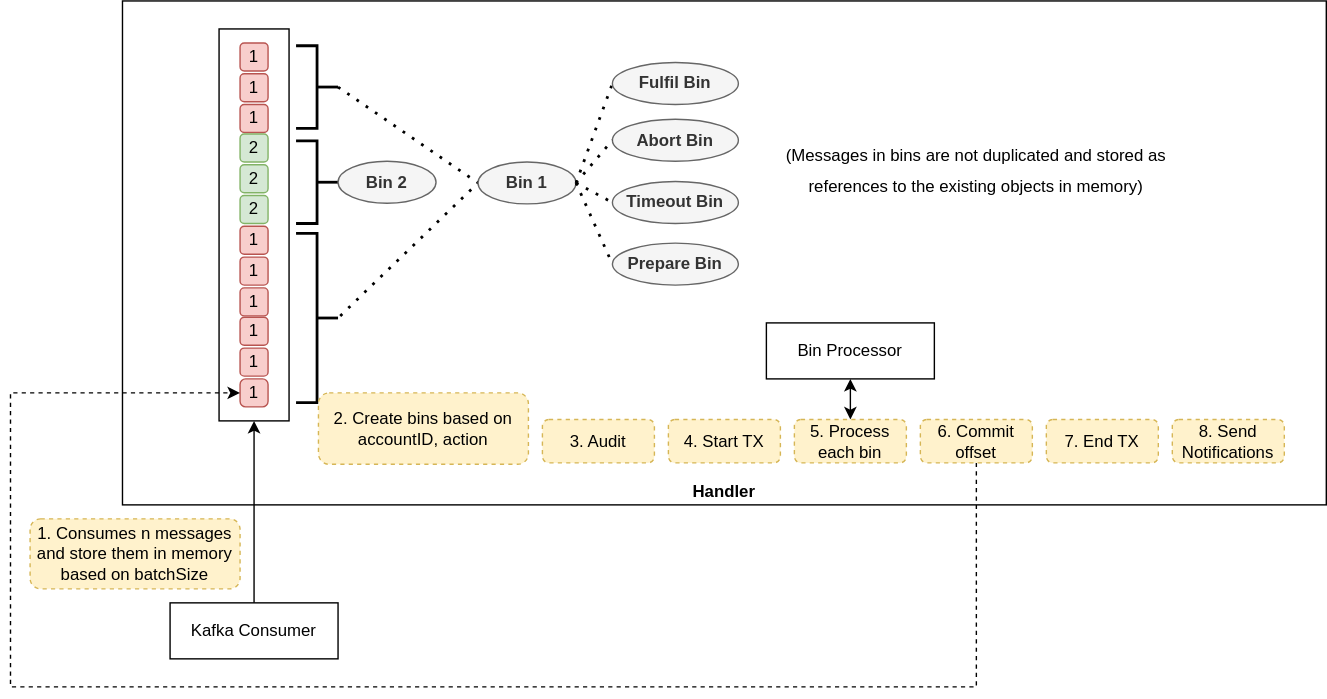
Before: docs/technical/central-ledger/assets/diagrams/architecture/Transfers-Position-Binning.drawio.svg, a diagram exported from draw.io (mojaloop/documentation). Source tidied: cells renumbered, new cells last; positions are measured from the earlier drawing's top-left corner, leaving out a move shared by most shapes.
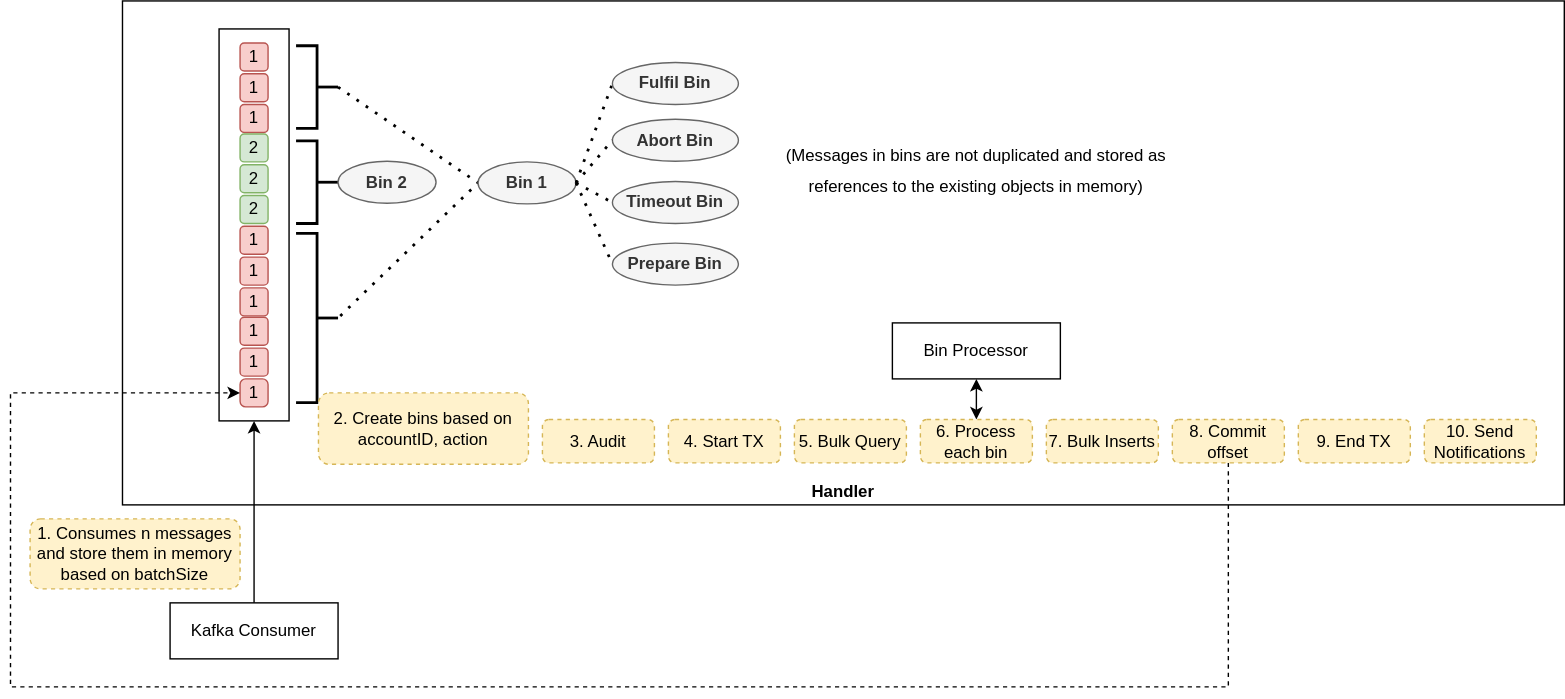
The same diagram one commit later.

Commit message:
fix: updated design diagram for batching

The edit, as a diff of the source:
```diff
@@ -3,7 +3,7 @@
     <mxCell id="0" />
     <mxCell id="1" parent="0" />
     <mxCell id="2" value="Handler" style="rounded=0;whiteSpace=wrap;html=1;verticalAlign=bottom;fontStyle=1;" parent="1" vertex="1">
-      <mxGeometry x="80" width="860" height="360" as="geometry" />
+      <mxGeometry x="80" width="1030" height="360" as="geometry" />
     </mxCell>
     <mxCell id="3" style="rounded=0;whiteSpace=wrap;html=1;" parent="1" vertex="1">
       <mxGeometry x="149" y="20" width="50" height="280" as="geometry" />
@@ -73,7 +73,7 @@
       <mxGeometry x="220" y="280" width="150" height="51" as="geometry" />
     </mxCell>
     <mxCell id="24" value="Bin Processor" style="rounded=0;whiteSpace=wrap;html=1;" parent="1" vertex="1">
-      <mxGeometry x="540" y="230" width="120" height="40" as="geometry" />
+      <mxGeometry x="630" y="230" width="120" height="40" as="geometry" />
     </mxCell>
     <mxCell id="25" style="endArrow=classic;startArrow=classic;html=1;rounded=0;exitX=0.5;exitY=0;exitDx=0;exitDy=0;entryX=0.5;entryY=1;entryDx=0;entryDy=0;" parent="1" edge="1" source="27" target="24">
       <mxGeometry relative="1" as="geometry" />
@@ -81,20 +81,20 @@
     <mxCell id="26" value="4. Start TX" style="rounded=1;whiteSpace=wrap;html=1;dashed=1;fillColor=#fff2cc;strokeColor=#d6b656;" parent="1" vertex="1">
       <mxGeometry x="470" y="299" width="80" height="31" as="geometry" />
     </mxCell>
-    <mxCell id="27" value="5. Process each bin" style="rounded=1;whiteSpace=wrap;html=1;dashed=1;fillColor=#fff2cc;strokeColor=#d6b656;" parent="1" vertex="1">
-      <mxGeometry x="560" y="299" width="80" height="31" as="geometry" />
+    <mxCell id="27" value="6. Process each bin" style="rounded=1;whiteSpace=wrap;html=1;dashed=1;fillColor=#fff2cc;strokeColor=#d6b656;" parent="1" vertex="1">
+      <mxGeometry x="650" y="299" width="80" height="31" as="geometry" />
     </mxCell>
     <mxCell id="28" value="3. Audit" style="rounded=1;whiteSpace=wrap;html=1;dashed=1;fillColor=#fff2cc;strokeColor=#d6b656;" parent="1" vertex="1">
       <mxGeometry x="380" y="299" width="80" height="31" as="geometry" />
     </mxCell>
-    <mxCell id="29" value="8. Send Notifications" style="rounded=1;whiteSpace=wrap;html=1;dashed=1;fillColor=#fff2cc;strokeColor=#d6b656;" parent="1" vertex="1">
-      <mxGeometry x="830" y="299" width="80" height="31" as="geometry" />
+    <mxCell id="29" value="10. Send Notifications" style="rounded=1;whiteSpace=wrap;html=1;dashed=1;fillColor=#fff2cc;strokeColor=#d6b656;" parent="1" vertex="1">
+      <mxGeometry x="1010" y="299" width="80" height="31" as="geometry" />
     </mxCell>
-    <mxCell id="30" value="6. Commit offset" style="rounded=1;whiteSpace=wrap;html=1;dashed=1;fillColor=#fff2cc;strokeColor=#d6b656;" parent="1" vertex="1">
-      <mxGeometry x="650" y="299" width="80" height="31" as="geometry" />
+    <mxCell id="30" value="8. Commit offset" style="rounded=1;whiteSpace=wrap;html=1;dashed=1;fillColor=#fff2cc;strokeColor=#d6b656;" parent="1" vertex="1">
+      <mxGeometry x="830" y="299" width="80" height="31" as="geometry" />
     </mxCell>
-    <mxCell id="31" value="7. End TX" style="rounded=1;whiteSpace=wrap;html=1;dashed=1;fillColor=#fff2cc;strokeColor=#d6b656;" parent="1" vertex="1">
-      <mxGeometry x="740" y="299" width="80" height="31" as="geometry" />
+    <mxCell id="31" value="9. End TX" style="rounded=1;whiteSpace=wrap;html=1;dashed=1;fillColor=#fff2cc;strokeColor=#d6b656;" parent="1" vertex="1">
+      <mxGeometry x="920" y="299" width="80" height="31" as="geometry" />
     </mxCell>
     <mxCell id="32" value="1" style="rounded=1;whiteSpace=wrap;html=1;fontStyle=0;fillColor=#f8cecc;strokeColor=#b85450;flipV=0;" parent="1" vertex="1">
       <mxGeometry x="164" y="248" width="20" height="20" as="geometry" />
@@ -132,11 +132,17 @@
     <mxCell id="43" style="endArrow=classic;html=1;rounded=0;exitX=0.5;exitY=1;exitDx=0;exitDy=0;entryX=0;entryY=0.5;entryDx=0;entryDy=0;dashed=1;" parent="1" edge="1" source="30" target="33">
       <mxGeometry relative="1" as="geometry">
         <Array as="points">
-          <mxPoint x="690" y="490" />
+          <mxPoint x="870" y="490" />
           <mxPoint y="490" />
           <mxPoint y="280" />
         </Array>
       </mxGeometry>
     </mxCell>
+    <mxCell id="44" value="5. Bulk Query" style="rounded=1;whiteSpace=wrap;html=1;dashed=1;fillColor=#fff2cc;strokeColor=#d6b656;" parent="1" vertex="1">
+      <mxGeometry x="560" y="299" width="80" height="31" as="geometry" />
+    </mxCell>
+    <mxCell id="45" value="7. Bulk Inserts" style="rounded=1;whiteSpace=wrap;html=1;dashed=1;fillColor=#fff2cc;strokeColor=#d6b656;" parent="1" vertex="1">
+      <mxGeometry x="740" y="299" width="80" height="31" as="geometry" />
+    </mxCell>
   </root>
 </mxGraphModel>
```
